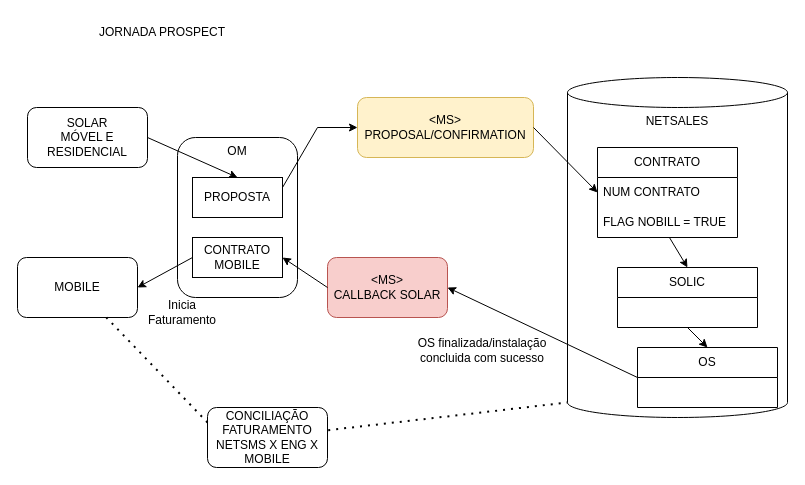
The draw.io diagram page "PROSPECT" (1 of 7) of Billing Divergente Marcelo.drawio in samirali/ClaroBrasil, before the edit. Source tidied: cells renumbered, new cells numbered last; positions are measured from the earlier drawing's top-left corner, leaving out a move shared by most shapes. Both pictures are drawn from the tidied source at 100%, with x=0, y=0 at pixel (17, 17).
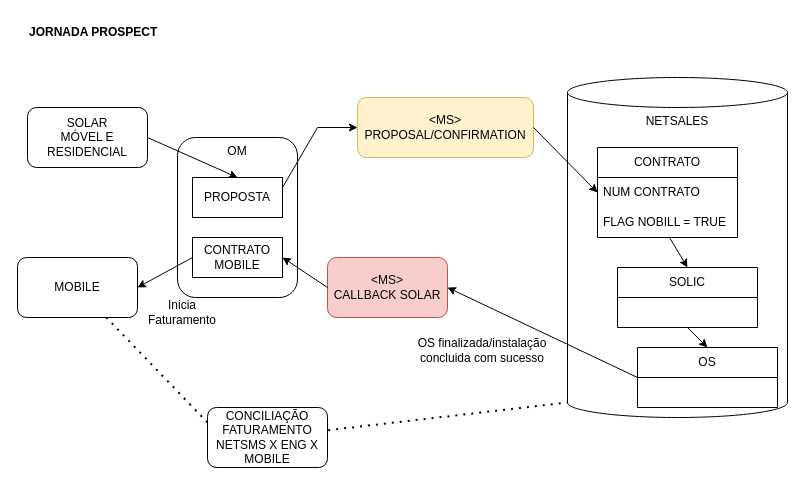
The same diagram, later.

What changed in the source:
```diff
@@
-    <mxCell id="3" value="JORNADA PROSPECT" style="text;html=1;align=center;verticalAlign=middle;whiteSpace=wrap;rounded=0;" parent="1" vertex="1">
+    <mxCell id="3" value="&lt;b&gt;JORNADA PROSPECT&lt;/b&gt;" style="text;html=1;align=left;verticalAlign=middle;whiteSpace=wrap;rounded=0;" parent="1" vertex="1">
       <mxGeometry x="10" width="270" height="30" as="geometry" />
     </mxCell>
```
